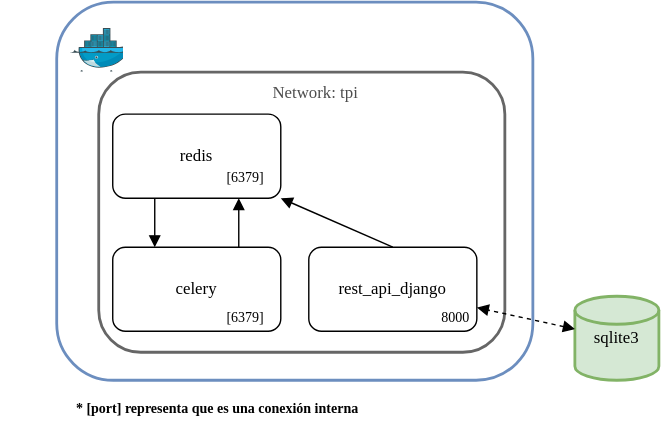
Before: assets/compose.svg, a diagram exported from draw.io (FRRe-DS/2024-02-TPI). Source tidied: cells renumbered, new cells last; positions are measured from the earlier drawing's top-left corner, leaving out a move shared by most shapes. Its diagram source:
```xml
<mxGraphModel>
  <root>
    <mxCell id="0" />
    <mxCell id="1" parent="0" />
    <mxCell id="2" style="rounded=1;whiteSpace=wrap;html=1;fillColor=none;fontColor=#333333;strokeColor=#666666;strokeWidth=2;" parent="1" vertex="1">
      <mxGeometry x="70" y="50" width="290" height="200" as="geometry" />
    </mxCell>
    <mxCell id="3" style="rounded=1;whiteSpace=wrap;html=1;fillColor=none;strokeColor=#6c8ebf;strokeWidth=2;" parent="1" vertex="1">
      <mxGeometry x="40" width="340" height="270" as="geometry" />
    </mxCell>
    <mxCell id="4" style="image;sketch=0;html=1;align=center;fontSize=12;image=img/lib/mscae/Docker.svg;" parent="1" vertex="1">
      <mxGeometry x="50" y="19" width="37.8" height="31" as="geometry" />
    </mxCell>
    <mxCell id="5" value="&lt;font face=&quot;Iosevka Nerd Font&quot;&gt;redis&lt;/font&gt;" style="rounded=1;whiteSpace=wrap;html=1;shadow=0;glass=0;" parent="1" vertex="1">
      <mxGeometry x="80" y="80" width="120" height="60" as="geometry" />
    </mxCell>
    <mxCell id="6" value="&lt;font face=&quot;Iosevka Nerd Font&quot; style=&quot;font-size: 10px;&quot;&gt;[6379]&lt;/font&gt;" style="text;html=1;align=center;verticalAlign=middle;whiteSpace=wrap;rounded=0;" parent="1" vertex="1">
      <mxGeometry x="160" y="120" width="30" height="10" as="geometry" />
    </mxCell>
    <mxCell id="7" value="&lt;font face=&quot;Iosevka Nerd Font&quot;&gt;celery&lt;/font&gt;" style="rounded=1;whiteSpace=wrap;html=1;" parent="1" vertex="1">
      <mxGeometry x="80" y="175" width="120" height="60" as="geometry" />
    </mxCell>
    <mxCell id="8" value="&lt;span style=&quot;font-family: &amp;quot;Iosevka Nerd Font&amp;quot;; font-size: 10px;&quot;&gt;[6379]&lt;/span&gt;" style="text;html=1;align=center;verticalAlign=middle;whiteSpace=wrap;rounded=0;" parent="1" vertex="1">
      <mxGeometry x="160" y="220" width="30" height="10" as="geometry" />
    </mxCell>
    <mxCell id="9" value="&lt;font face=&quot;Iosevka Nerd Font&quot;&gt;rest_api_django&lt;/font&gt;" style="rounded=1;whiteSpace=wrap;html=1;" parent="1" vertex="1">
      <mxGeometry x="220" y="175" width="120" height="60" as="geometry" />
    </mxCell>
    <mxCell id="10" value="&lt;font face=&quot;Iosevka Nerd Font&quot; style=&quot;font-size: 10px;&quot;&gt;8000&lt;/font&gt;" style="text;html=1;align=center;verticalAlign=middle;whiteSpace=wrap;rounded=0;" parent="1" vertex="1">
      <mxGeometry x="310" y="220" width="30" height="10" as="geometry" />
    </mxCell>
    <mxCell id="11" value="&lt;font face=&quot;Iosevka Nerd Font&quot;&gt;sqlite3&lt;/font&gt;" style="strokeWidth=2;html=1;shape=mxgraph.flowchart.database;whiteSpace=wrap;fillColor=#d5e8d4;strokeColor=#82b366;" parent="1" vertex="1">
      <mxGeometry x="410" y="210" width="60" height="60" as="geometry" />
    </mxCell>
    <mxCell id="12" style="endArrow=block;dashed=1;html=1;rounded=0;startArrow=block;startFill=1;endFill=1;" parent="1" edge="1" source="11" target="9">
      <mxGeometry relative="1" as="geometry" />
    </mxCell>
    <mxCell id="13" style="endArrow=none;html=1;strokeWidth=1;rounded=0;exitX=0.25;exitY=0;exitDx=0;exitDy=0;entryX=0.25;entryY=1;entryDx=0;entryDy=0;startArrow=block;startFill=1;" parent="1" edge="1" source="7" target="5">
      <mxGeometry relative="1" as="geometry" />
    </mxCell>
    <mxCell id="14" style="endArrow=none;html=1;strokeWidth=1;rounded=0;exitX=0.75;exitY=1;exitDx=0;exitDy=0;entryX=0.75;entryY=0;entryDx=0;entryDy=0;startArrow=block;startFill=1;" parent="1" edge="1" source="5" target="7">
      <mxGeometry relative="1" as="geometry" />
    </mxCell>
    <mxCell id="15" value="&lt;font color=&quot;#4d4d4d&quot; face=&quot;Iosevka Nerd Font&quot;&gt;Network: tpi&lt;/font&gt;" style="text;html=1;align=center;verticalAlign=middle;whiteSpace=wrap;rounded=0;" parent="1" vertex="1">
      <mxGeometry x="180" y="50" width="90" height="30" as="geometry" />
    </mxCell>
    <mxCell id="16" style="endArrow=none;html=1;strokeWidth=1;rounded=0;exitX=1;exitY=1;exitDx=0;exitDy=0;entryX=0.5;entryY=0;entryDx=0;entryDy=0;startArrow=block;startFill=1;" parent="1" edge="1" source="5" target="9">
      <mxGeometry relative="1" as="geometry" />
    </mxCell>
    <mxCell id="17" value="&lt;span style=&quot;font-family: &amp;quot;Iosevka Nerd Font&amp;quot;;&quot;&gt;&lt;b&gt;&lt;font style=&quot;font-size: 10px;&quot;&gt;* [port] representa que es una conexión interna&lt;/font&gt;&lt;/b&gt;&lt;/span&gt;" style="text;html=1;align=center;verticalAlign=middle;whiteSpace=wrap;rounded=0;" parent="1" vertex="1">
      <mxGeometry y="280" width="310" height="20" as="geometry" />
    </mxCell>
  </root>
</mxGraphModel>
```
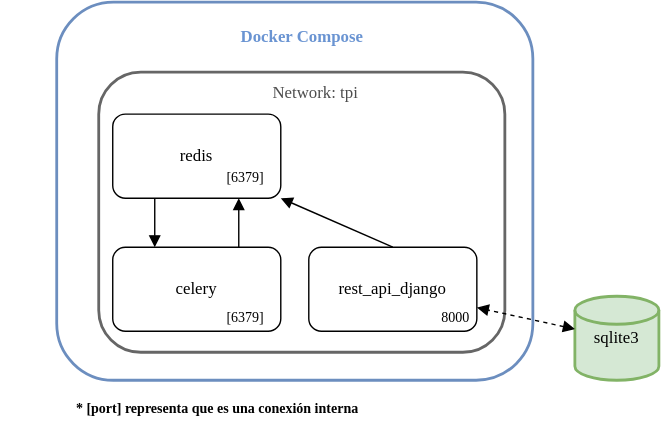
Above is the later version.

Commit message:
Actualice los readme's

What changed in the source:
```diff
@@ -8,9 +8,6 @@
     <mxCell id="3" style="rounded=1;whiteSpace=wrap;html=1;fillColor=none;strokeColor=#6c8ebf;strokeWidth=2;" parent="1" vertex="1">
       <mxGeometry x="40" width="340" height="270" as="geometry" />
     </mxCell>
-    <mxCell id="4" style="image;sketch=0;html=1;align=center;fontSize=12;image=img/lib/mscae/Docker.svg;" parent="1" vertex="1">
-      <mxGeometry x="50" y="19" width="37.8" height="31" as="geometry" />
-    </mxCell>
     <mxCell id="5" value="&lt;font face=&quot;Iosevka Nerd Font&quot;&gt;redis&lt;/font&gt;" style="rounded=1;whiteSpace=wrap;html=1;shadow=0;glass=0;" parent="1" vertex="1">
       <mxGeometry x="80" y="80" width="120" height="60" as="geometry" />
     </mxCell>
@@ -50,5 +47,8 @@
     <mxCell id="17" value="&lt;span style=&quot;font-family: &amp;quot;Iosevka Nerd Font&amp;quot;;&quot;&gt;&lt;b&gt;&lt;font style=&quot;font-size: 10px;&quot;&gt;* [port] representa que es una conexión interna&lt;/font&gt;&lt;/b&gt;&lt;/span&gt;" style="text;html=1;align=center;verticalAlign=middle;whiteSpace=wrap;rounded=0;" parent="1" vertex="1">
       <mxGeometry y="280" width="310" height="20" as="geometry" />
     </mxCell>
+    <mxCell id="18" value="&lt;font color=&quot;#6a94d2&quot; face=&quot;Iosevka Nerd Font&quot;&gt;&lt;b&gt;Docker Compose&lt;/b&gt;&lt;/font&gt;" style="text;html=1;align=center;verticalAlign=middle;strokeColor=none;fillColor=none;" parent="1" vertex="1">
+      <mxGeometry x="160" y="10" width="110" height="30" as="geometry" />
+    </mxCell>
   </root>
 </mxGraphModel>
```
